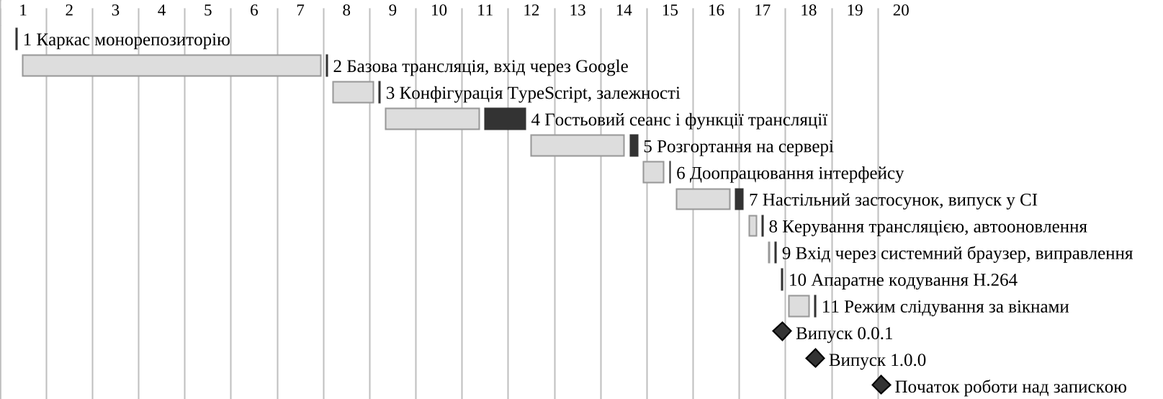
Above: thesis/diagrams/fig-gantt.png in Nikitos1926/stream-share (PlantUML), before the change.
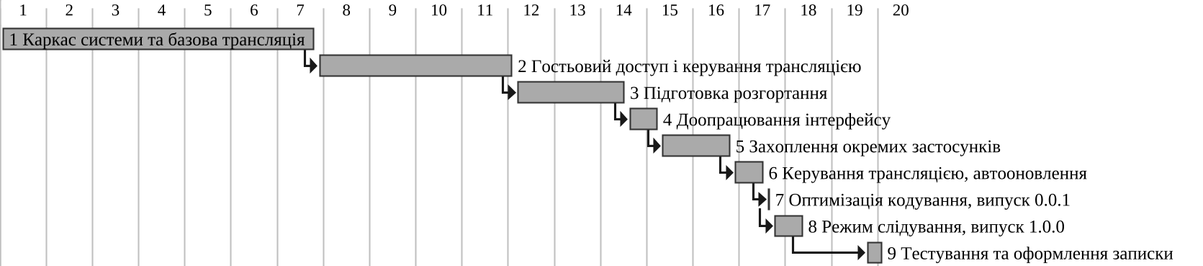
Later version of the same file.

What changed in the source:
```diff
@@ -10,6 +10,7 @@
     FontName "Liberation Serif"
     FontSize 12
     LineColor #333333
+    BackGroundColor #AAAAAA
   }
   milestone {
     FontName "Liberation Serif"
@@ -28,58 +29,22 @@
 hide column end
 hide column duration
 
-[1 Каркас монорепозиторію] as [C1] starts D+2 and lasts 1 days
-[2 Базова трансляція, вхід через Google] as [C2] starts D+49 and lasts 1 days
-[​] as [G2] starts D+3 and lasts 46 days
-[3 Конфігурація TypeScript, залежності] as [C3] starts D+57 and lasts 1 days
-[​​] as [G3] starts D+50 and lasts 7 days
-[4 Гостьовий сеанс і функції трансляції] as [C4] starts D+73 and lasts 7 days
-[​​​] as [G4] starts D+58 and lasts 15 days
-[5 Розгортання на сервері] as [C5] starts D+95 and lasts 2 days
-[​​​​] as [G5] starts D+80 and lasts 15 days
-[6 Доопрацювання інтерфейсу] as [C6] starts D+101 and lasts 1 days
-[​​​​​] as [G6] starts D+97 and lasts 4 days
-[7 Настільний застосунок, випуск у CI] as [C7] starts D+111 and lasts 2 days
-[​​​​​​] as [G7] starts D+102 and lasts 9 days
-[8 Керування трансляцією, автооновлення] as [C8] starts D+115 and lasts 1 days
-[​​​​​​​] as [G8] starts D+113 and lasts 2 days
-[9 Вхід через системний браузер, виправлення] as [C9] starts D+117 and lasts 1 days
-[​​​​​​​​] as [G9] starts D+116 and lasts 1 days
-[10 Апаратне кодування H.264] as [C10] starts D+118 and lasts 1 days
-[11 Режим слідування за вікнами] as [C11] starts D+123 and lasts 1 days
-[​​​​​​​​​] as [G11] starts D+119 and lasts 4 days
-[Випуск 0.0.1] happens D+118
-[Випуск 1.0.0] happens D+123
-[Початок роботи над запискою] happens D+133
+[1 Каркас системи та базова трансляція] as [W1] starts D+0 and lasts 48 days
+[2 Гостьовий доступ і керування трансляцією] as [W2] starts D+48 and lasts 30 days
+[3 Підготовка розгортання] as [W3] starts D+78 and lasts 17 days
+[4 Доопрацювання інтерфейсу] as [W4] starts D+95 and lasts 5 days
+[5 Захоплення окремих застосунків] as [W5] starts D+100 and lasts 11 days
+[6 Керування трансляцією, автооновлення] as [W6] starts D+111 and lasts 5 days
+[7 Оптимізація кодування, випуск 0.0.1] as [W7] starts D+116 and lasts 1 day
+[8 Режим слідування, випуск 1.0.0] as [W8] starts D+117 and lasts 5 days
+[9 Тестування та оформлення записки] as [W9] starts D+131 and lasts 3 days
 
-[G2] displays on same row as [C2]
-[G3] displays on same row as [C3]
-[G4] displays on same row as [C4]
-[G5] displays on same row as [C5]
-[G6] displays on same row as [C6]
-[G7] displays on same row as [C7]
-[G8] displays on same row as [C8]
-[G9] displays on same row as [C9]
-[G11] displays on same row as [C11]
-
-[C1] is colored in #333333/#333333
-[C2] is colored in #333333/#333333
-[C3] is colored in #333333/#333333
-[C4] is colored in #333333/#333333
-[C5] is colored in #333333/#333333
-[C6] is colored in #333333/#333333
-[C7] is colored in #333333/#333333
-[C8] is colored in #333333/#333333
-[C9] is colored in #333333/#333333
-[C10] is colored in #333333/#333333
-[C11] is colored in #333333/#333333
-[G2] is colored in #DDDDDD/#999999
-[G3] is colored in #DDDDDD/#999999
-[G4] is colored in #DDDDDD/#999999
-[G5] is colored in #DDDDDD/#999999
-[G6] is colored in #DDDDDD/#999999
-[G7] is colored in #DDDDDD/#999999
-[G8] is colored in #DDDDDD/#999999
-[G9] is colored in #DDDDDD/#999999
-[G11] is colored in #DDDDDD/#999999
+[W1] -> [W2]
+[W2] -> [W3]
+[W3] -> [W4]
+[W4] -> [W5]
+[W5] -> [W6]
+[W6] -> [W7]
+[W7] -> [W8]
+[W8] -> [W9]
 @endgantt
```
